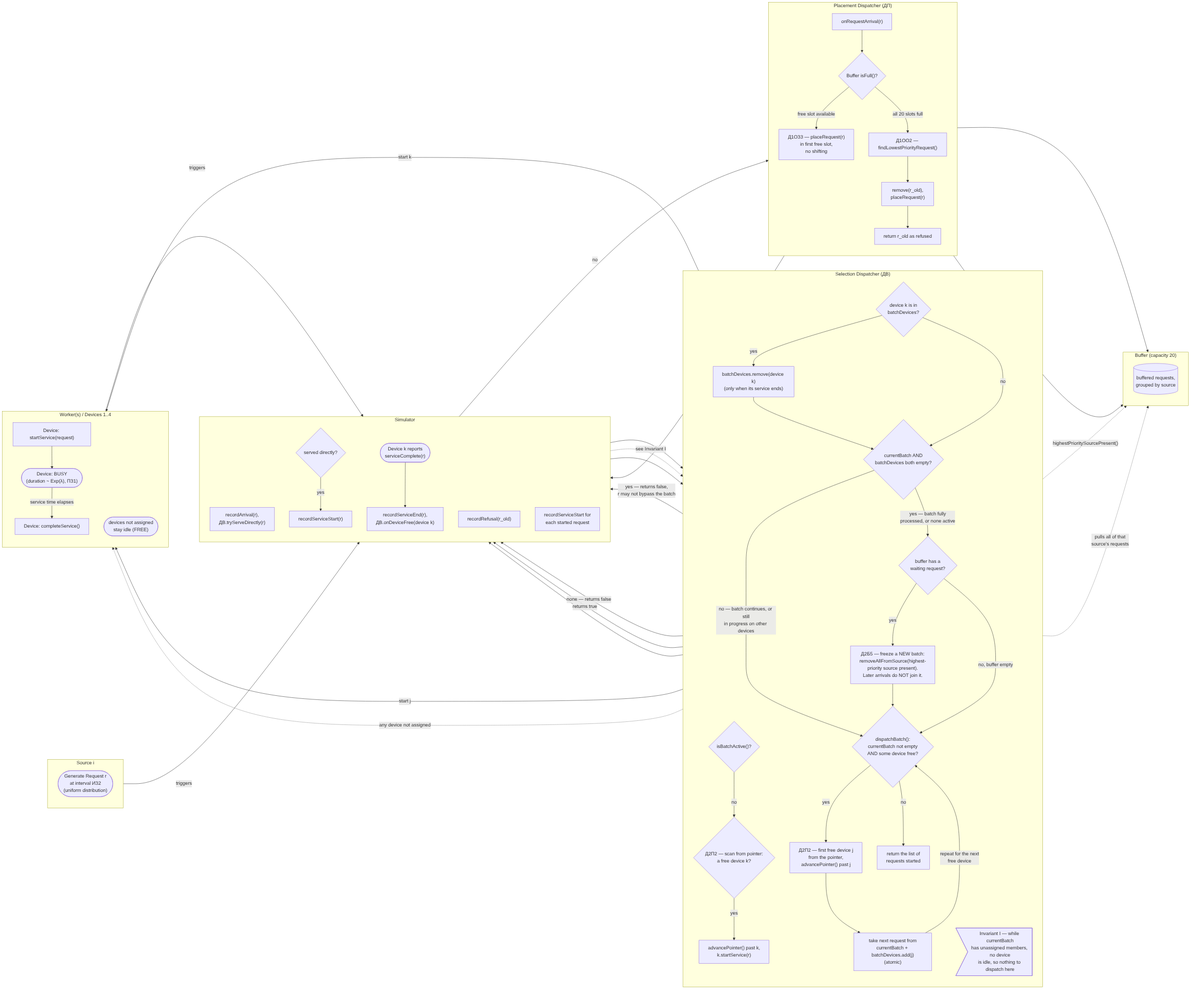
Before: docs/diagrams/flowchart-swimlanes.png, a diagram exported from Mermaid (abdelrhmanbaha/smo-v24-commodity-trading). Its source is kept beside it as docs/diagrams/flowchart-swimlanes.mmd.
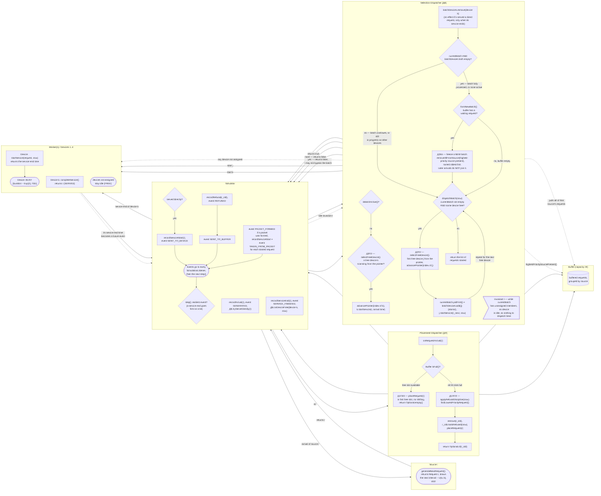
After the commit.

Commit message:
Update sequence diagrams and flowchart to match the implementation

Diff of the diagram source:
```diff
@@ -2,34 +2,35 @@
 
     subgraph SRC["Source i"]
         direction TB
-        A1(["Generate Request r<br/>at interval ИЗ2<br/>(uniform distribution)"])
+        A1(["generateNextRequest():<br/>returns Request r, draws<br/>the next interval ~ U(a, b), ИЗ2"])
     end
 
     subgraph SIM["Simulator"]
         direction TB
-        B1["recordArrival(r),<br/>ДВ.tryServeDirectly(r)"]
+        B0{"step(): earliest event?<br/>(a service end goes<br/>first on a tie)"}
+        B1["recordArrival(r), event GENERATED,<br/>ДВ.tryServeDirectly(r)"]
         B2{"served directly?"}
-        B3["recordServiceStart(r)"]
-        B7["recordRefusal(r_old)"]
-        B4(["Device k reports<br/>serviceComplete(r)"])
-        B5["recordServiceEnd(r),<br/>ДВ.onDeviceFree(device k)"]
-        B6["recordServiceStart for<br/>each started request"]
+        B3["recordServiceStart(r),<br/>event SENT_TO_DEVICE"]
+        B8["event SENT_TO_BUFFER"]
+        B7["recordRefusal(r_old),<br/>event REFUSED"]
+        B5["recordServiceEnd(r), event<br/>SERVICE_FINISHED,<br/>ДВ.onDeviceFree(device k, now)"]
+        B6["event PACKET_FORMED if a packet<br/>was formed, recordServiceStart +<br/>event TAKEN_FROM_PACKET<br/>for each started request"]
+        B9(["events go to every<br/>SimulationListener,<br/>then the next step()"])
     end
 
     subgraph DV["Selection Dispatcher (ДВ)"]
         direction TB
         C1{"isBatchActive()?"}
-        C2{"Д2П2 — scan from pointer:<br/>a free device k?"}
-        C3["advancePointer() past k,<br/>k.startService(r)"]
+        C2{"Д2П2 — selectFreeDevice():<br/>a free device k<br/>scanning from the pointer?"}
+        C3["advancePointer(index of k),<br/>k.startService(r, arrival time)"]
         N1>"Invariant I — while currentBatch<br/>has unassigned members, no device<br/>is idle, so nothing to dispatch here"]
-        C4{"device k is in<br/>batchDevices?"}
-        C5["batchDevices.remove(device k)<br/>(only when its service ends)"]
+        C5["batchDevices.remove(device k)<br/>(no effect if k served a direct<br/>request, only when its service ends)"]
         C6{"currentBatch AND<br/>batchDevices both empty?"}
-        C7{"buffer has a<br/>waiting request?"}
-        C8["Д2Б5 — freeze a NEW batch:<br/>removeAllFromSource(highest-<br/>priority source present).<br/>Later arrivals do NOT join it."]
-        C9{"dispatchBatch():<br/>currentBatch not empty<br/>AND some device free?"}
-        C10["Д2П2 — first free device j<br/>from the pointer,<br/>advancePointer() past j"]
-        C11["take next request from<br/>currentBatch + batchDevices.add(j)<br/>(atomic)"]
+        C7{"formNewBatch():<br/>buffer has a<br/>waiting request?"}
+        C8["Д2Б5 — freeze a NEW batch:<br/>removeAllFromSource(highest-<br/>priority source present),<br/>sorted oldest first.<br/>Later arrivals do NOT join it."]
+        C9{"dispatchBatch(now):<br/>currentBatch not empty<br/>AND some device free?"}
+        C10["Д2П2 — selectFreeDevice():<br/>first free device j from the<br/>pointer, advancePointer(index of j)"]
+        C11["currentBatch.pollFirst() +<br/>batchDevices.add(j) (atomic),<br/>j.startService(r_next, now)"]
         C12["return the list of<br/>requests started"]
     end
 
@@ -37,10 +38,10 @@
         direction TB
         D1["onRequestArrival(r)"]
         D2{"Buffer isFull()?"}
-        D3["Д1ОЗ3 — placeRequest(r)<br/>in first free slot,<br/>no shifting"]
-        D4["Д1ОО2 — findLowestPriorityRequest()"]
-        D5["remove(r_old),<br/>placeRequest(r)"]
-        D6["return r_old as refused"]
+        D3["Д1ОЗ3 — placeRequest(r)<br/>in first free slot, no shifting,<br/>return Optional.empty()"]
+        D4["Д1ОО2 — applyRefusalDiscipline(now):<br/>findLowestPriorityRequest()"]
+        D5["remove(r_old),<br/>r_old.markRefused(now),<br/>placeRequest(r)"]
+        D6["return Optional.of(r_old)"]
     end
 
     subgraph BUF["Buffer (capacity 20)"]
@@ -50,13 +51,16 @@
 
     subgraph DEV["Worker(s) / Devices 1..4"]
         direction TB
-        F1["Device: startService(request)"]
+        F1["Device: startService(request, now)<br/>returns the service end time"]
         F2(["Device: BUSY<br/>(duration ~ Exp(λ), ПЗ1)"])
-        F3["Device: completeService()"]
+        F3["Device k: completeService()<br/>returns r (SERVED)"]
         F4(["devices not assigned<br/>stay idle (FREE)"])
     end
 
-    A1 -- "triggers" --> B1
+    B0 -- "arrival of source i" --> A1
+    B0 -- "service end of device k" --> F3
+
+    A1 -- "returns r" --> B1
     B1 --> C1
     C1 -- "no" --> C2
     C1 -- "yes — returns false,<br/>r may not bypass the batch" --> B2
@@ -67,25 +71,26 @@
     B2 -- "yes" --> B3
     B2 -- "no" --> D1
     B2 -. "see Invariant I" .-> N1
+    B3 --> B9
 
     D1 --> D2
     D2 -- "free slot available" --> D3
     D3 --> E1
+    D3 --> B8
     D2 -- "all 20 slots full" --> D4
     D4 --> D5
     D5 --> E1
     D5 --> D6
     D6 --> B7
+    B7 --> B8
+    B8 --> B9
 
     F1 --> F2
-    F2 -- "service time elapses" --> F3
-    F3 -- "triggers" --> B4
-    B4 --> B5
-    B5 --> C4
+    F2 -. "its service end time<br/>becomes a future event" .-> B0
+    F3 --> B5
+    B5 --> C5
 
-    C4 -- "yes" --> C5
     C5 --> C6
-    C4 -- "no" --> C6
     C6 -- "yes — batch fully<br/>processed, or none active" --> C7
     C6 -- "no — batch continues, or still<br/>in progress on other devices" --> C9
     C7 -. "highestPrioritySourcePresent()" .-> E1
@@ -101,3 +106,5 @@
     C9 -- "no" --> C12
     C12 -. "any device not assigned" .-> F4
     C12 --> B6
+    B6 --> B9
+    B9 --> B0
```
